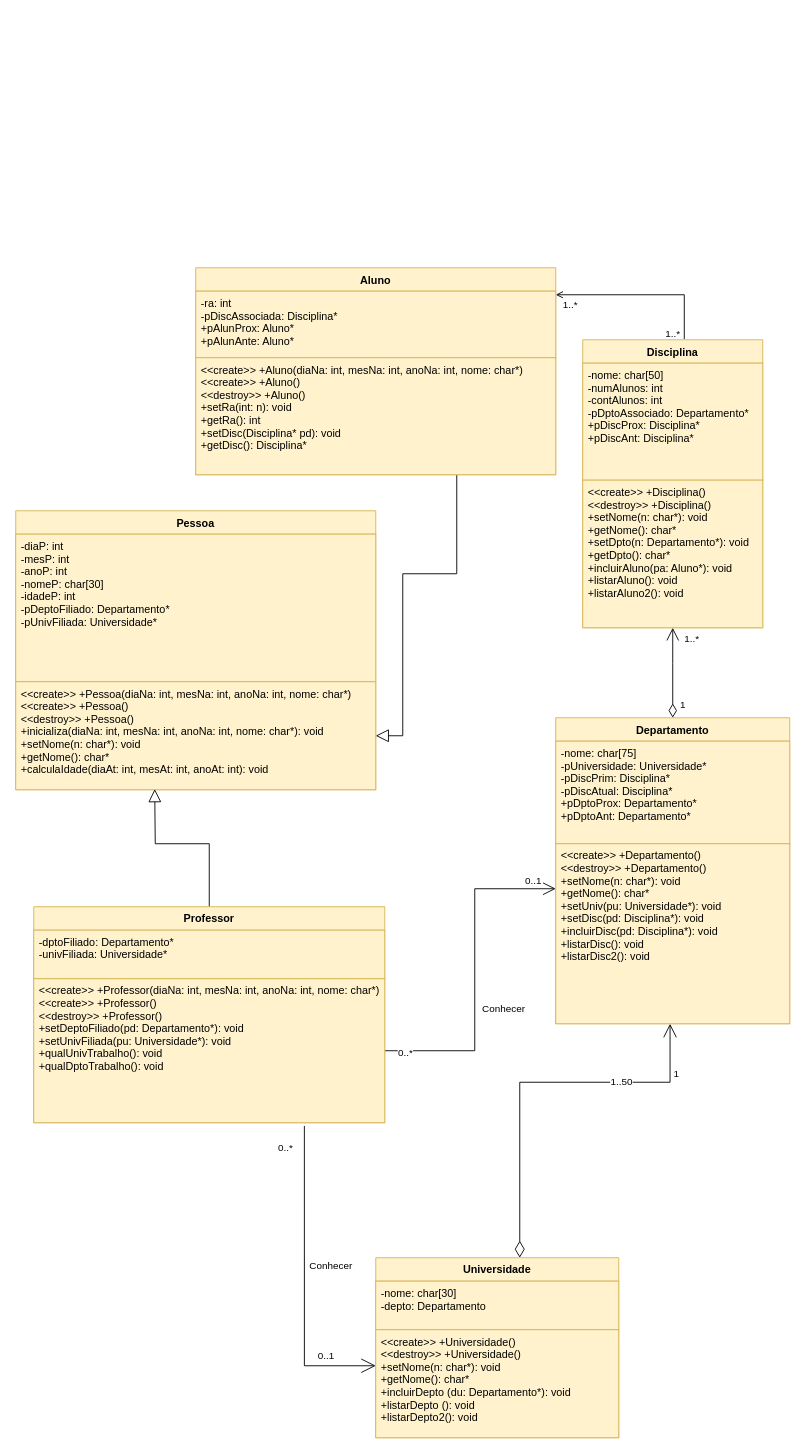
Above: uml/sistema_academico.drawio in daniapc/tecprog-sistema-academico (draw.io), before the change. Source tidied: cells renumbered, new cells numbered last; positions are measured from the earlier drawing's top-left corner, leaving out a move shared by most shapes. Both pictures are drawn from the tidied source at 90%, with x=0, y=0 at pixel (15, 267).
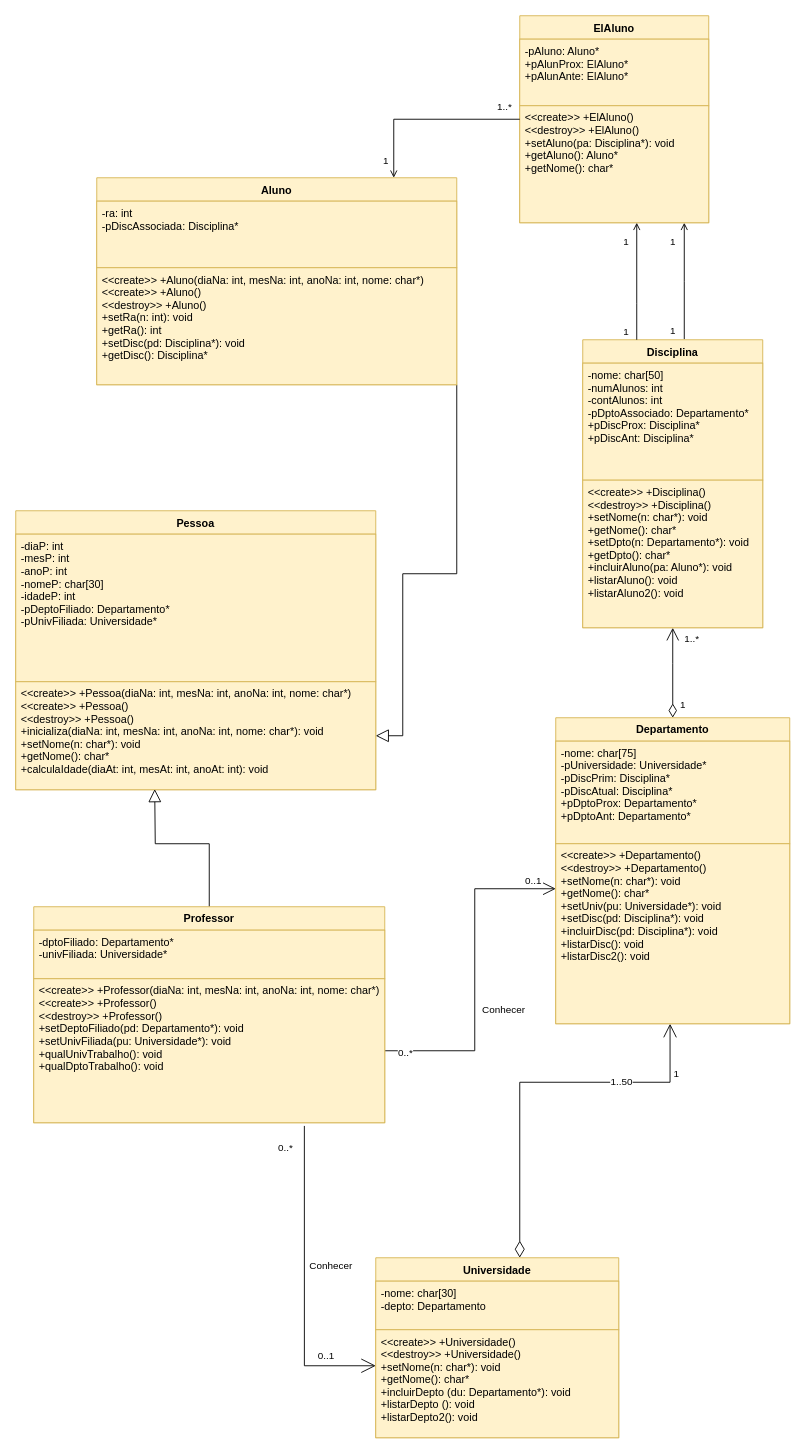
After the change.

Unchanged cells that the change refers to:
```xml
<mxCell id="36" value="Disciplina" style="swimlane;fontStyle=1;align=center;verticalAlign=top;horizontal=1;startSize=26;rounded=0;fillColor=#fff2cc;strokeColor=#d6b656;" parent="1" vertex="1">
  <mxGeometry x="630" y="80" width="200" height="320" as="geometry" />
</mxCell>
```

What changed in the source:
```diff
@@
-    <mxCell id="30" style="edgeStyle=orthogonalEdgeStyle;rounded=0;jettySize=auto;html=1;entryX=0.564;entryY=-0.002;entryDx=0;entryDy=0;entryPerimeter=0;endArrow=none;endFill=0;startArrow=open;startFill=0;" parent="1" edge="1" source="33" target="36">
+    <mxCell id="30" style="edgeStyle=orthogonalEdgeStyle;rounded=0;jettySize=auto;html=1;entryX=0.564;entryY=-0.002;entryDx=0;entryDy=0;entryPerimeter=0;endArrow=none;endFill=0;startArrow=open;startFill=0;" parent="1" edge="1" source="41" target="36">
       <mxGeometry relative="1" as="geometry">
         <Array as="points">
-          <mxPoint x="400" y="30" />
-          <mxPoint x="743" y="30" />
+          <mxPoint x="743" y="15" />
         </Array>
       </mxGeometry>
     </mxCell>
-    <mxCell id="31" value="1..*" style="edgeLabel;html=1;align=center;verticalAlign=middle;" parent="30" vertex="1">
+    <mxCell id="31" value="1" style="edgeLabel;html=1;align=center;verticalAlign=middle;" parent="30" vertex="1">
       <mxGeometry x="-0.89" y="1" relative="1" as="geometry">
-        <mxPoint x="4" y="11" as="offset" />
+        <mxPoint x="-14" y="13" as="offset" />
       </mxGeometry>
     </mxCell>
-    <mxCell id="32" value="1..*" style="edgeLabel;html=1;align=center;verticalAlign=middle;" parent="30" vertex="1">
+    <mxCell id="32" value="1" style="edgeLabel;html=1;align=center;verticalAlign=middle;" parent="30" vertex="1">
       <mxGeometry x="0.94" y="-1" relative="1" as="geometry">
-        <mxPoint x="-12" as="offset" />
+        <mxPoint x="-12" y="-6" as="offset" />
       </mxGeometry>
     </mxCell>
     <mxCell id="33" value="Aluno" style="swimlane;fontStyle=1;align=center;verticalAlign=top;horizontal=1;startSize=26;rounded=0;fillColor=#fff2cc;strokeColor=#d6b656;" parent="1" vertex="1">
-      <mxGeometry x="200" width="400" height="230" as="geometry" />
+      <mxGeometry x="90" y="-100" width="400" height="230" as="geometry" />
     </mxCell>
-    <mxCell id="34" value="-ra: int&#10;-pDiscAssociada: Disciplina*&#10;+pAlunProx: Aluno*&#10;+pAlunAnte: Aluno*&#10;" style="text;strokeColor=#d6b656;fillColor=#fff2cc;align=left;verticalAlign=top;spacingLeft=4;spacingRight=4;overflow=hidden;" parent="33" vertex="1">
+    <mxCell id="34" value="-ra: int&#10;-pDiscAssociada: Disciplina*&#10;" style="text;strokeColor=#d6b656;fillColor=#fff2cc;align=left;verticalAlign=top;spacingLeft=4;spacingRight=4;overflow=hidden;" parent="33" vertex="1">
       <mxGeometry y="26" width="400" height="74" as="geometry" />
     </mxCell>
-    <mxCell id="35" value="&lt;&lt;create&gt;&gt; +Aluno(diaNa: int, mesNa: int, anoNa: int, nome: char*)&#10;&lt;&lt;create&gt;&gt; +Aluno()&#10;&lt;&lt;destroy&gt;&gt; +Aluno()&#10;+setRa(int: n): void&#10;+getRa(): int&#10;+setDisc(Disciplina* pd): void&#10;+getDisc(): Disciplina*" style="text;strokeColor=#d6b656;fillColor=#fff2cc;align=left;verticalAlign=top;spacingLeft=4;spacingRight=4;overflow=hidden;" parent="33" vertex="1">
+    <mxCell id="35" value="&lt;&lt;create&gt;&gt; +Aluno(diaNa: int, mesNa: int, anoNa: int, nome: char*)&#10;&lt;&lt;create&gt;&gt; +Aluno()&#10;&lt;&lt;destroy&gt;&gt; +Aluno()&#10;+setRa(n: int): void&#10;+getRa(): int&#10;+setDisc(pd: Disciplina*): void&#10;+getDisc(): Disciplina*" style="text;strokeColor=#d6b656;fillColor=#fff2cc;align=left;verticalAlign=top;spacingLeft=4;spacingRight=4;overflow=hidden;" parent="33" vertex="1">
       <mxGeometry y="100" width="400" height="130" as="geometry" />
     </mxCell>
@@
+    <mxCell id="39" value="ElAluno" style="swimlane;fontStyle=1;align=center;verticalAlign=top;horizontal=1;startSize=26;rounded=0;fillColor=#fff2cc;strokeColor=#d6b656;" parent="1" vertex="1">
+      <mxGeometry x="560" y="-280" width="210" height="230" as="geometry" />
+    </mxCell>
+    <mxCell id="40" value="-pAluno: Aluno*&#10;+pAlunProx: ElAluno*&#10;+pAlunAnte: ElAluno*&#10;" style="text;strokeColor=#d6b656;fillColor=#fff2cc;align=left;verticalAlign=top;spacingLeft=4;spacingRight=4;overflow=hidden;" parent="39" vertex="1">
+      <mxGeometry y="26" width="210" height="74" as="geometry" />
+    </mxCell>
+    <mxCell id="41" value="&lt;&lt;create&gt;&gt; +ElAluno()&#10;&lt;&lt;destroy&gt;&gt; +ElAluno()&#10;+setAluno(pa: Disciplina*): void&#10;+getAluno(): Aluno*&#10;+getNome(): char*" style="text;strokeColor=#d6b656;fillColor=#fff2cc;align=left;verticalAlign=top;spacingLeft=4;spacingRight=4;overflow=hidden;points=[[0,0.5],[1,0.5]];portConstraint=eastwest;" parent="39" vertex="1">
+      <mxGeometry y="100" width="210" height="130" as="geometry" />
+    </mxCell>
+    <mxCell id="42" style="edgeStyle=orthogonalEdgeStyle;rounded=0;jettySize=auto;html=1;endArrow=none;endFill=0;startArrow=open;startFill=0;" parent="1" edge="1" source="41" target="36">
+      <mxGeometry relative="1" as="geometry">
+        <Array as="points">
+          <mxPoint x="690" y="40" />
+          <mxPoint x="690" y="40" />
+        </Array>
+      </mxGeometry>
+    </mxCell>
+    <mxCell id="43" value="1" style="edgeLabel;html=1;align=center;verticalAlign=middle;" parent="42" vertex="1">
+      <mxGeometry x="-0.89" y="1" relative="1" as="geometry">
+        <mxPoint x="-14" y="13" as="offset" />
+      </mxGeometry>
+    </mxCell>
+    <mxCell id="44" value="1" style="edgeLabel;html=1;align=center;verticalAlign=middle;" parent="42" vertex="1">
+      <mxGeometry x="0.94" y="-1" relative="1" as="geometry">
+        <mxPoint x="-12" y="-6" as="offset" />
+      </mxGeometry>
+    </mxCell>
+    <mxCell id="45" style="edgeStyle=orthogonalEdgeStyle;rounded=0;jettySize=auto;html=1;endArrow=none;endFill=0;startArrow=open;startFill=0;" parent="1" edge="1" source="33" target="39">
+      <mxGeometry relative="1" as="geometry">
+        <Array as="points">
+          <mxPoint x="420" y="-165" />
+        </Array>
+      </mxGeometry>
+    </mxCell>
+    <mxCell id="46" value="1" style="edgeLabel;html=1;align=center;verticalAlign=middle;" parent="45" vertex="1">
+      <mxGeometry x="-0.89" y="1" relative="1" as="geometry">
+        <mxPoint x="-9" y="-9" as="offset" />
+      </mxGeometry>
+    </mxCell>
+    <mxCell id="47" value="1..*" style="edgeLabel;html=1;align=center;verticalAlign=middle;" parent="45" vertex="1">
+      <mxGeometry x="0.94" y="-1" relative="1" as="geometry">
+        <mxPoint x="-12" y="-16" as="offset" />
+      </mxGeometry>
+    </mxCell>
```
